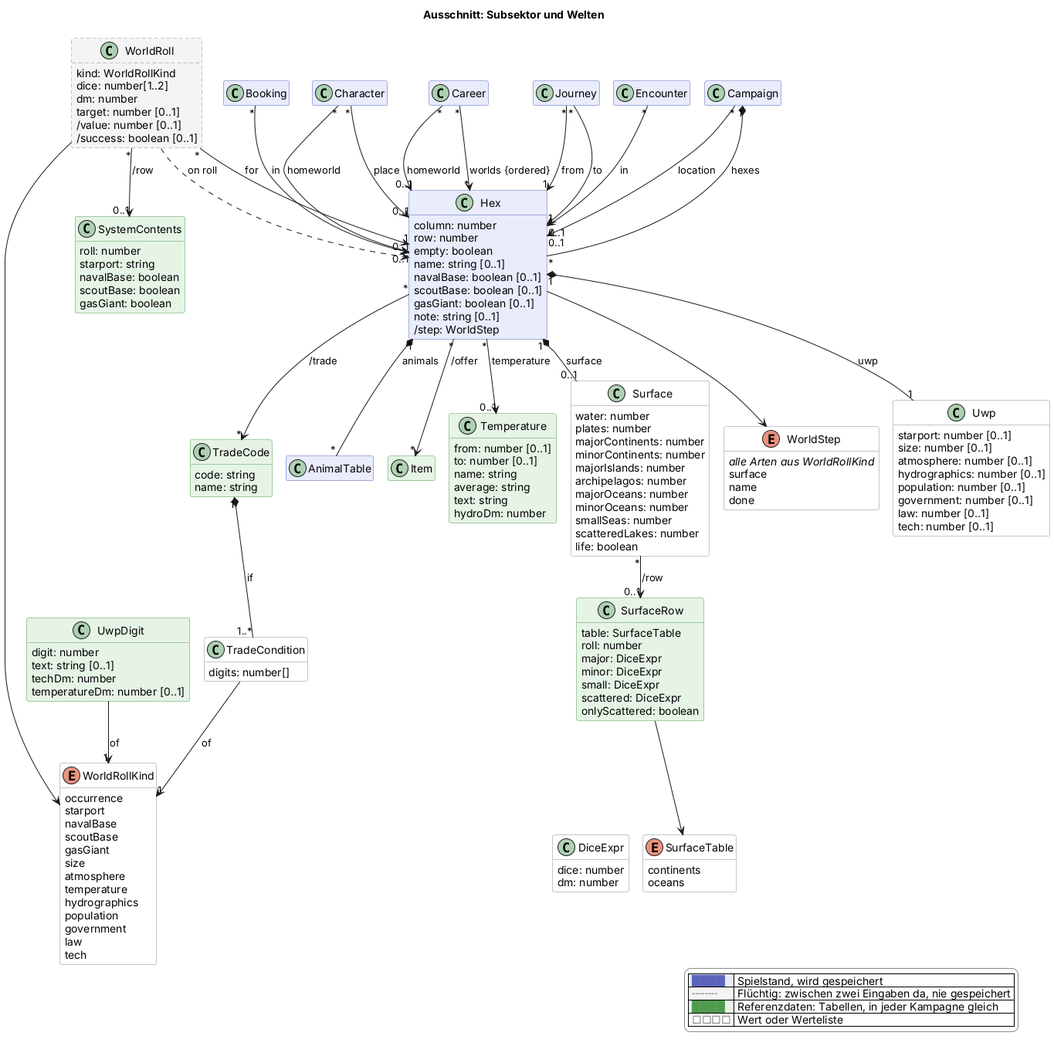
This is docs/views/sektor.png from scuzzar/SRE, a PlantUML export, as it was before one commit. Its diagram source:
```plantuml
@startuml
!if %not(%variable_exists("$change"))
!$change = "*"
!endif
!function $marked($c)
!return $change == "*" || $change == $c
!endfunction
!function $new($c, $t)
!if $marked($c)
!return "<color:#d0021b><b>" + $t + "</b></color>"
!endif
!return $t
!endfunction
!procedure $gone($c, $t)
!if $marked($c)
<color:#d0021b><s>$t</s></color>
!endif
!endprocedure
!function $newClass($c)
!if $marked($c)
!return "#line:d0021b;line.bold"
!endif
!return ""
!endfunction
!function $newArrow($c)
!if $marked($c)
!return "[#d0021b,bold]"
!endif
!return ""
!endfunction
!function $goneArrow($c)
!if $marked($c)
!return "[#d0021b,dashed]"
!endif
!return ""
!endfunction
!pragma layout smetana
title Ausschnitt: Subsektor und Welten
hide empty members
hide methods
skinparam classAttributeIconSize 0
skinparam shadowing false
skinparam packageStyle rectangle
skinparam class {
  BackgroundColor #e8ecfb
  BorderColor #5b64b8
  BackgroundColor<<transient>> #f4f4f4
  BorderColor<<transient>> #8a8a8a
  BackgroundColor<<reference>> #e6f4e6
  BorderColor<<reference>> #4f9a4f
  BackgroundColor<<value>> #ffffff
  BorderColor<<value>> #8a8a8a
}
skinparam legendBackgroundColor #ffffff
skinparam legendBorderColor #8a8a8a
<style>
classDiagram {
  class {
    .transient {
      LineStyle 5-3
    }
  }
}
</style>
hide <<transient>> stereotype
hide <<reference>> stereotype
hide <<value>> stereotype

  class Campaign $kampagne
  class Booking $shop
  class Character $charakter

  class Career $erschaffung

  class Hex $sektor {
    column: number
    row: number
    empty: boolean
    name: string [0..1]
    navalBase: boolean [0..1]
    scoutBase: boolean [0..1]
    gasGiant: boolean [0..1]
    note: string [0..1]
    /step: WorldStep
  }
  class Uwp <<value>> $sektor {
    starport: number [0..1]
    size: number [0..1]
    atmosphere: number [0..1]
    hydrographics: number [0..1]
    population: number [0..1]
    government: number [0..1]
    law: number [0..1]
    tech: number [0..1]
  }
  class WorldRoll <<transient>> $sektor {
    kind: WorldRollKind
    dice: number[1..2]
    dm: number
    target: number [0..1]
    /value: number [0..1]
    /success: boolean [0..1]
  }


  class Journey $reise

  class Encounter $begegnung
  class AnimalTable $begegnung

  class Item <<reference>> $shop
  class SystemContents <<reference>> $sektor {
    roll: number
    starport: string
    navalBase: boolean
    scoutBase: boolean
    gasGiant: boolean
  }
  class UwpDigit <<reference>> $sektor {
    digit: number
    text: string [0..1]
    techDm: number
    temperatureDm: number [0..1]
  }
  class Surface <<value>> $sektor {
    water: number
    plates: number
    majorContinents: number
    minorContinents: number
    majorIslands: number
    archipelagos: number
    majorOceans: number
    minorOceans: number
    smallSeas: number
    scatteredLakes: number
    life: boolean
  }
  class SurfaceRow <<reference>> $sektor {
    table: SurfaceTable
    roll: number
    major: DiceExpr
    minor: DiceExpr
    small: DiceExpr
    scattered: DiceExpr
    onlyScattered: boolean
  }
  enum SurfaceTable <<value>> $sektor {
    continents
    oceans
  }
  class DiceExpr <<value>> $sektor {
    dice: number
    dm: number
  }
  class Temperature <<reference>> $sektor {
    from: number [0..1]
    to: number [0..1]
    name: string
    average: string
    text: string
    hydroDm: number
  }
  class TradeCode <<reference>> $sektor {
    code: string
    name: string
  }
  class TradeCondition <<value>> $sektor {
    digits: number[]
  }
  enum WorldRollKind <<value>> $sektor {
    occurrence
    starport
    navalBase
    scoutBase
    gasGiant
    size
    atmosphere
    temperature
    hydrographics
    population
    government
    law
    tech
  }
  enum WorldStep <<value>> $sektor {
    <i>alle Arten aus WorldRollKind</i>
    surface
    name
    done
  }

Campaign "*" --> "0..1" Hex : location
Booking "*" --> "0..1" Hex : in

Journey "*" --> "1" Hex : from
Journey "*" --> "1" Hex : to

Career "*" --> "0..1" Hex : homeworld
Career "*" --> "*" Hex : worlds {ordered}
Character "*" --> "0..1" Hex : homeworld
Character "*" --> "0..1" Hex : place


Campaign "1" *-- "*" Hex : hexes
Hex "1" *-- "1" Uwp : uwp
Hex --> WorldStep
WorldRoll "*" --> "1" Hex : for
WorldRoll ..> Hex : on roll
Hex "*" --> "*" TradeCode : /trade
Hex "*" --> "0..1" Temperature : temperature
Hex "1" *-- "0..1" Surface : surface
Surface "*" --> "0..1" SurfaceRow : /row
SurfaceRow --> SurfaceTable
SurfaceRow -[hidden]- DiceExpr
WorldRoll --> WorldRollKind
WorldRoll "*" --> "0..1" SystemContents : /row
UwpDigit --> "1" WorldRollKind : of
TradeCode "1" *-- "1..*" TradeCondition : if
TradeCondition --> "1" WorldRollKind : of


Hex "*" --> "*" Item : /offer




Hex "1" *-- "*" AnimalTable : animals
Encounter "*" --> "0..1" Hex : in



legend right
  |<#e8ecfb> <color:#5b64b8>████</color> | Spielstand, wird gespeichert |
  |<#f4f4f4> <color:#8a8a8a>╌╌╌╌</color> | Flüchtig: zwischen zwei Eingaben da, nie gespeichert |
  |<#e6f4e6> <color:#4f9a4f>████</color> | Referenzdaten: Tabellen, in jeder Kampagne gleich |
  |<#ffffff> <color:#8a8a8a>□□□□</color> | Wert oder Werteliste |
endlegend
@enduml
```
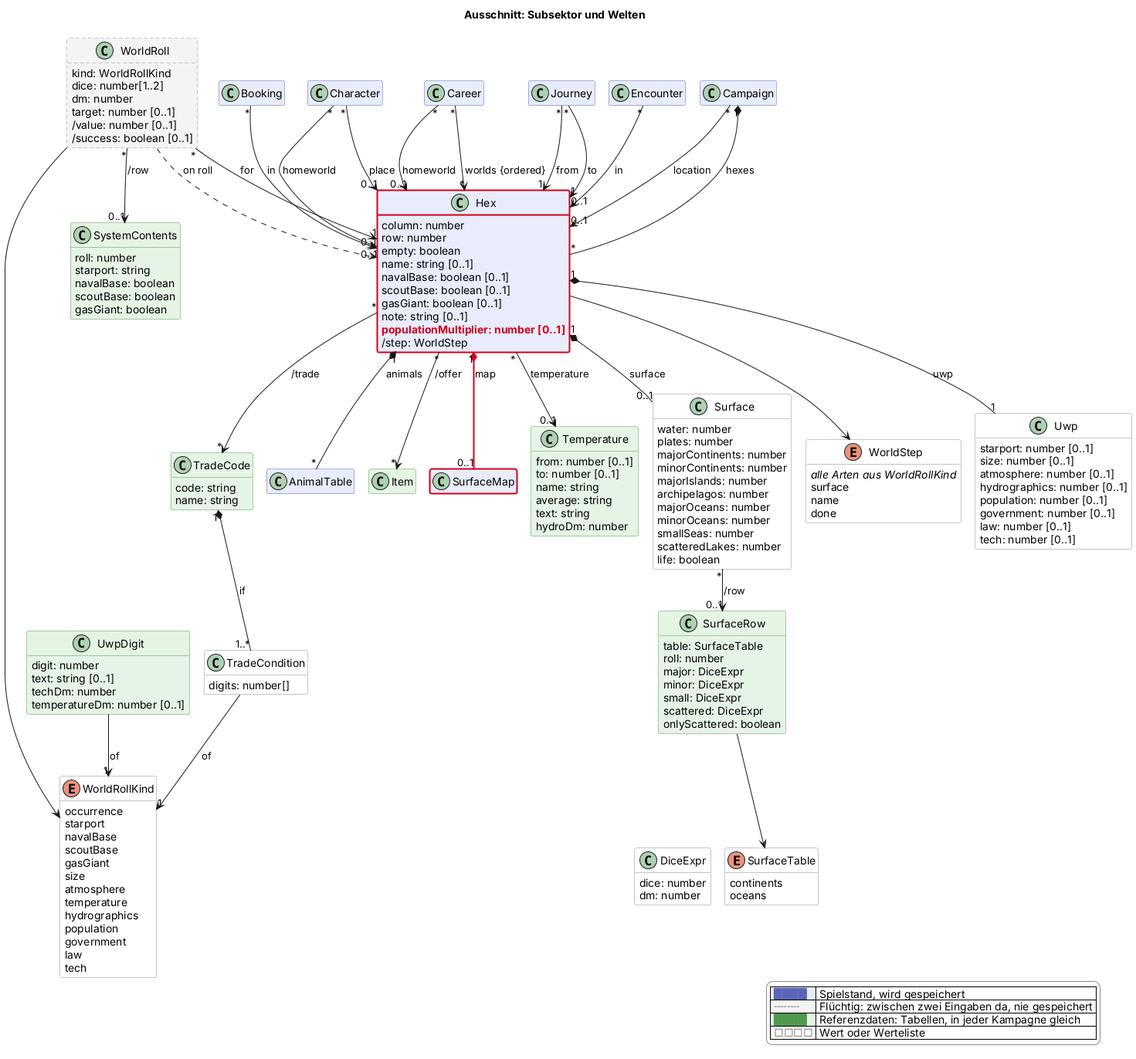
The same file after the commit.

The edit, as a diff of the source:
```diff
@@ -81,6 +81,7 @@
     scoutBase: boolean [0..1]
     gasGiant: boolean [0..1]
     note: string [0..1]
+    $new("2026-11-14g", "populationMultiplier: number [0..1]")
     /step: WorldStep
   }
   class Uwp <<value>> $sektor {
@@ -135,6 +136,7 @@
     scatteredLakes: number
     life: boolean
   }
+  class SurfaceMap $oberflaeche $newClass("2026-11-14g")
   class SurfaceRow <<reference>> $sektor {
     table: SurfaceTable
     roll: number
@@ -210,6 +212,7 @@
 Hex "*" --> "0..1" Temperature : temperature
 Hex "1" *-- "0..1" Surface : surface
 Surface "*" --> "0..1" SurfaceRow : /row
+Hex "1" *-$newArrow("2026-11-14g")- "0..1" SurfaceMap : map
 SurfaceRow --> SurfaceTable
 SurfaceRow -[hidden]- DiceExpr
 WorldRoll --> WorldRollKind
@@ -235,4 +238,5 @@
   |<#e6f4e6> <color:#4f9a4f>████</color> | Referenzdaten: Tabellen, in jeder Kampagne gleich |
   |<#ffffff> <color:#8a8a8a>□□□□</color> | Wert oder Werteliste |
 endlegend
+class Hex #line:d0021b;line.bold
 @enduml
```
